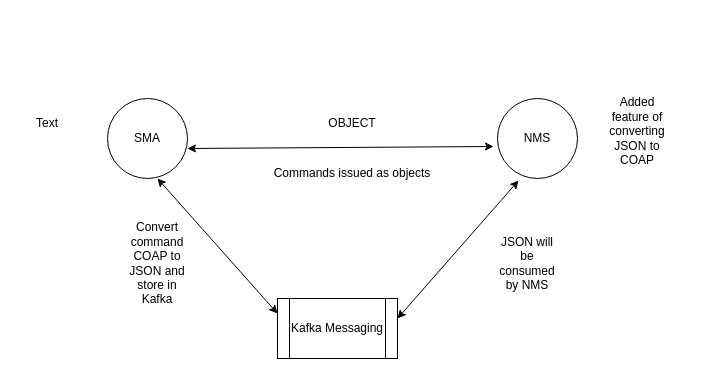
Above: COAP.drawio in anshuldevmehta/RandomDiagrams (draw.io), before the change. Source tidied: cells renumbered, new cells numbered last; positions are measured from the earlier drawing's top-left corner, leaving out a move shared by most shapes. Both pictures are drawn from the tidied source at 100%, with x=0, y=0 at pixel (17, 98).
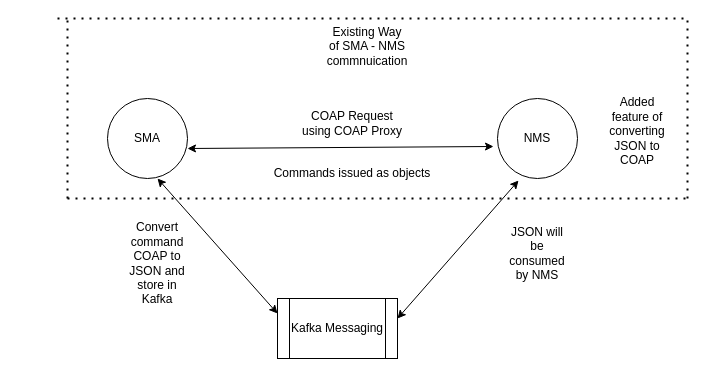
After the change.

The edit, as a diff of the source:
```diff
@@
-    <mxCell id="5" value="OBJECT" style="text;html=1;strokeColor=none;fillColor=none;align=center;verticalAlign=middle;whiteSpace=wrap;rounded=0;" parent="1" vertex="1">
+    <mxCell id="5" value="COAP Request using COAP Proxy" style="text;html=1;strokeColor=none;fillColor=none;align=center;verticalAlign=middle;whiteSpace=wrap;rounded=0;" parent="1" vertex="1">
       <mxGeometry x="280" y="10" width="110" height="30" as="geometry" />
     </mxCell>
@@
     <mxCell id="11" value="JSON will be consumed by NMS" style="text;html=1;strokeColor=none;fillColor=none;align=center;verticalAlign=middle;whiteSpace=wrap;rounded=0;" parent="1" vertex="1">
-      <mxGeometry x="480" y="150" width="60" height="30" as="geometry" />
+      <mxGeometry x="490" y="130" width="60" height="50" as="geometry" />
     </mxCell>
@@
-    <mxCell id="13" value="Text" style="text;html=1;strokeColor=none;fillColor=none;align=center;verticalAlign=middle;whiteSpace=wrap;rounded=0;" parent="1" vertex="1">
-      <mxGeometry y="10" width="60" height="30" as="geometry" />
+    <mxCell id="13" value="&lt;div&gt;Existing Way of SMA - NMS commnuication&lt;/div&gt;&lt;div&gt;&lt;br&gt;&lt;/div&gt;" style="text;html=1;strokeColor=none;fillColor=none;align=center;verticalAlign=middle;whiteSpace=wrap;rounded=0;" parent="1" vertex="1">
+      <mxGeometry x="320" y="-60" width="60" height="30" as="geometry" />
     </mxCell>
+    <mxCell id="14" style="endArrow=none;dashed=1;html=1;dashPattern=1 3;strokeWidth=2;rounded=0;" parent="1" edge="1">
+      <mxGeometry relative="1" as="geometry">
+        <mxPoint x="40" y="-80" as="sourcePoint" />
+        <mxPoint x="670" y="-80" as="targetPoint" />
+      </mxGeometry>
+    </mxCell>
+    <mxCell id="15" style="endArrow=none;dashed=1;html=1;dashPattern=1 3;strokeWidth=2;rounded=0;" parent="1" edge="1">
+      <mxGeometry relative="1" as="geometry">
+        <mxPoint x="50" y="100" as="sourcePoint" />
+        <mxPoint x="50" y="-80" as="targetPoint" />
+      </mxGeometry>
+    </mxCell>
+    <mxCell id="16" style="endArrow=none;dashed=1;html=1;dashPattern=1 3;strokeWidth=2;rounded=0;" parent="1" edge="1">
+      <mxGeometry relative="1" as="geometry">
+        <mxPoint x="50" y="100" as="sourcePoint" />
+        <mxPoint x="670" y="100" as="targetPoint" />
+      </mxGeometry>
+    </mxCell>
+    <mxCell id="17" style="endArrow=none;dashed=1;html=1;dashPattern=1 3;strokeWidth=2;rounded=0;" parent="1" edge="1">
+      <mxGeometry relative="1" as="geometry">
+        <mxPoint x="670" y="100" as="sourcePoint" />
+        <mxPoint x="670" y="-80" as="targetPoint" />
+      </mxGeometry>
+    </mxCell>
```
